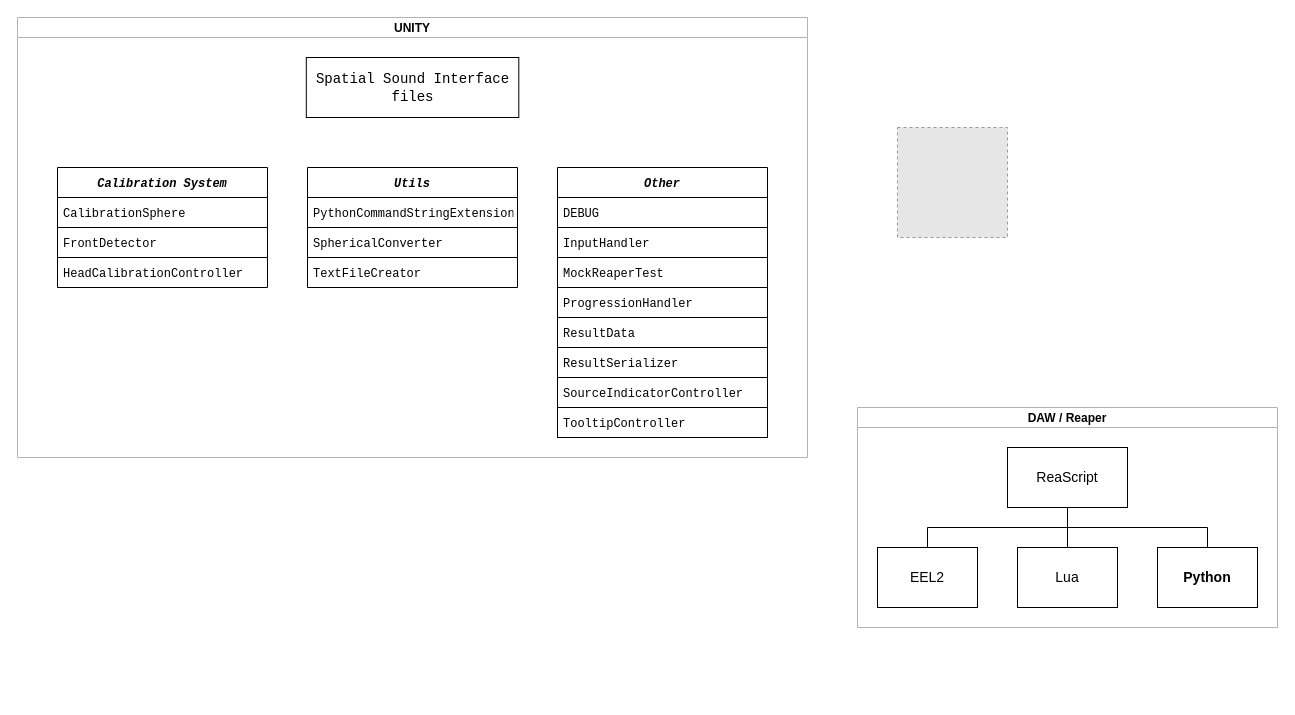
This is Graphs/ReaperPython.drawio from odwrocsie/magisterka, a draw.io file, before an edit. Source tidied: cells renumbered, new cells numbered last; positions are measured from the earlier drawing's top-left corner, leaving out a move shared by most shapes. Both pictures are drawn from the tidied source at 100%, with x=0, y=0 at pixel (17, 17). Pictures stored in the file or linked from it are replaced by grey dashed boxes.
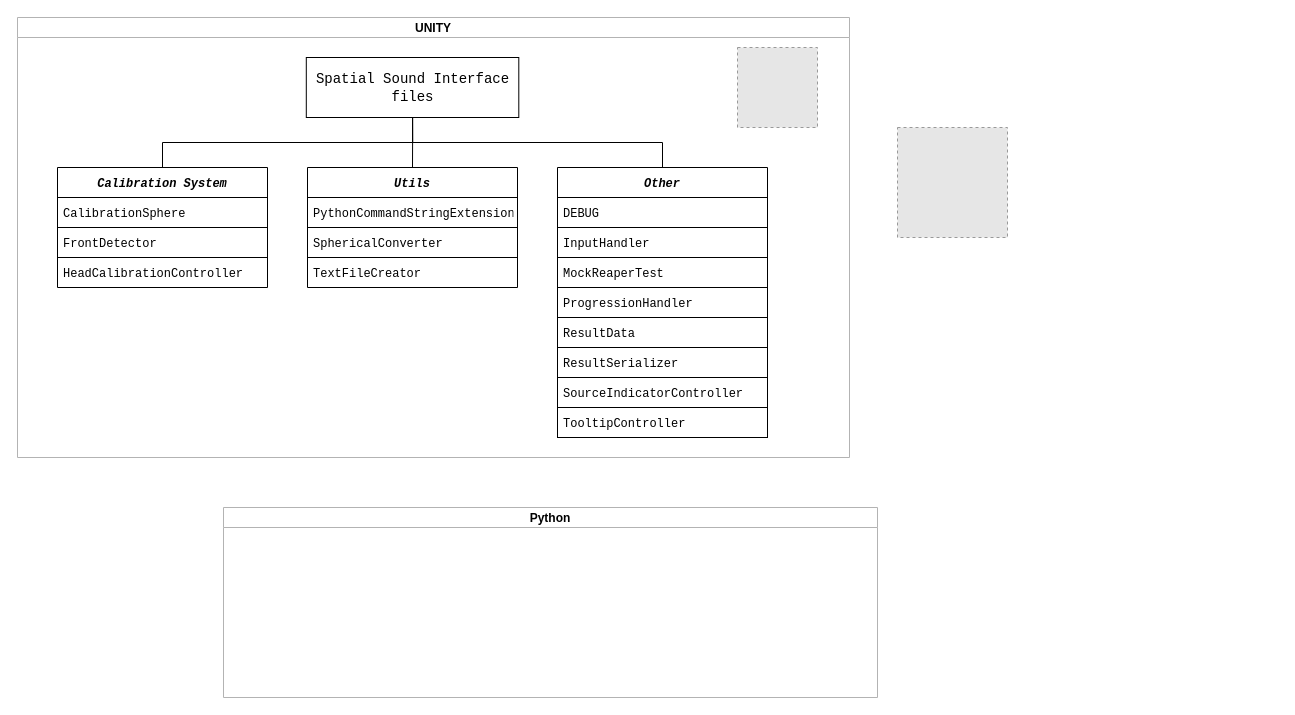
The same diagram, later.

The change refers to these unchanged cells:
```xml
<mxCell id="3" value="&lt;span style=&quot;font-size: 14px;&quot;&gt;&lt;font face=&quot;Courier New&quot;&gt;Spatial Sound Interface files&lt;/font&gt;&lt;/span&gt;" style="whiteSpace=wrap;html=1;align=center;newEdgeStyle={&quot;edgeStyle&quot;:&quot;elbowEdgeStyle&quot;,&quot;startArrow&quot;:&quot;none&quot;,&quot;endArrow&quot;:&quot;none&quot;};" parent="2" vertex="1">
  <mxGeometry x="288.8" y="40" width="212.5" height="60" as="geometry" />
</mxCell>
<mxCell id="4" value="Calibration System" style="swimlane;fontStyle=3;horizontal=1;startSize=30;fontFamily=Courier New;" parent="2" vertex="1">
  <mxGeometry x="40" y="150" width="210" height="120" as="geometry" />
</mxCell>
<mxCell id="8" value="Utils" style="swimlane;fontStyle=3;horizontal=1;startSize=30;fontFamily=Courier New;" parent="2" vertex="1">
  <mxGeometry x="290" y="150" width="210" height="120" as="geometry" />
</mxCell>
<mxCell id="12" value="Other" style="swimlane;fontStyle=3;horizontal=1;startSize=30;fontFamily=Courier New;" parent="2" vertex="1">
  <mxGeometry x="540" y="150" width="210" height="270" as="geometry" />
</mxCell>
```

The edit, as a diff of the source:
```diff
@@
     <mxCell id="2" value="UNITY" style="swimlane;startSize=20;horizontal=1;containerType=tree;newEdgeStyle={&quot;edgeStyle&quot;:&quot;elbowEdgeStyle&quot;,&quot;startArrow&quot;:&quot;none&quot;,&quot;endArrow&quot;:&quot;none&quot;};fontStyle=1;strokeColor=#B3B3B3;" parent="1" vertex="1">
-      <mxGeometry width="790" height="440" as="geometry" />
+      <mxGeometry width="832" height="440" as="geometry" />
     </mxCell>
+    <mxCell id="30" style="edgeStyle=orthogonalEdgeStyle;rounded=0;jettySize=auto;html=1;exitX=0.5;exitY=1;exitDx=0;exitDy=0;entryX=0.5;entryY=0;entryDx=0;entryDy=0;fontFamily=Courier New;endArrow=none;endFill=0;" parent="2" edge="1" source="3" target="4">
+      <mxGeometry relative="1" as="geometry" />
+    </mxCell>
+    <mxCell id="31" style="edgeStyle=orthogonalEdgeStyle;rounded=0;jettySize=auto;html=1;entryX=0.5;entryY=0;entryDx=0;entryDy=0;fontFamily=Courier New;endArrow=none;endFill=0;" parent="2" edge="1" source="3" target="8">
+      <mxGeometry relative="1" as="geometry" />
+    </mxCell>
+    <mxCell id="32" style="edgeStyle=orthogonalEdgeStyle;rounded=0;jettySize=auto;html=1;exitX=0.5;exitY=1;exitDx=0;exitDy=0;fontFamily=Courier New;endArrow=none;endFill=0;" parent="2" edge="1" source="3" target="12">
+      <mxGeometry relative="1" as="geometry" />
+    </mxCell>
@@
+    <mxCell id="33" style="fillColor=#E6E6E6;strokeColor=#999999;dashed=1;verticalLabelPosition=bottom;labelBackgroundColor=default;verticalAlign=top;" parent="2" vertex="1">
+      <mxGeometry x="720" y="30" width="80" height="80" as="geometry" />
+    </mxCell>
-    <mxCell id="21" value="DAW / Reaper" style="swimlane;startSize=20;horizontal=1;containerType=tree;newEdgeStyle={&quot;edgeStyle&quot;:&quot;elbowEdgeStyle&quot;,&quot;startArrow&quot;:&quot;none&quot;,&quot;endArrow&quot;:&quot;none&quot;};strokeColor=#B3B3B3;" parent="1" vertex="1">
-      <mxGeometry x="840" y="390" width="420" height="220" as="geometry" />
+    <mxCell id="21" value="Python" style="swimlane;startSize=20;horizontal=1;containerType=tree;newEdgeStyle={&quot;edgeStyle&quot;:&quot;elbowEdgeStyle&quot;,&quot;startArrow&quot;:&quot;none&quot;,&quot;endArrow&quot;:&quot;none&quot;};strokeColor=#B3B3B3;" parent="1" vertex="1">
+      <mxGeometry x="206" y="490" width="654" height="190" as="geometry" />
     </mxCell>
-    <mxCell id="22" style="edgeStyle=elbowEdgeStyle;elbow=vertical;startArrow=none;endArrow=none;rounded=0;" parent="21" edge="1" source="24" target="25">
-      <mxGeometry relative="1" as="geometry" />
-    </mxCell>
-    <mxCell id="23" style="edgeStyle=elbowEdgeStyle;elbow=vertical;startArrow=none;endArrow=none;rounded=0;" parent="21" edge="1" source="24" target="26">
-      <mxGeometry relative="1" as="geometry" />
-    </mxCell>
-    <mxCell id="24" value="&lt;font style=&quot;font-size: 14px;&quot;&gt;ReaScript&lt;/font&gt;" style="whiteSpace=wrap;html=1;align=center;newEdgeStyle={&quot;edgeStyle&quot;:&quot;elbowEdgeStyle&quot;,&quot;startArrow&quot;:&quot;none&quot;,&quot;endArrow&quot;:&quot;none&quot;};strokeColor=#000000;" parent="21" vertex="1">
-      <mxGeometry x="150" y="40" width="120" height="60" as="geometry" />
-    </mxCell>
-    <mxCell id="25" value="&lt;font style=&quot;font-size: 14px;&quot;&gt;EEL2&lt;/font&gt;" style="whiteSpace=wrap;html=1;align=center;verticalAlign=middle;newEdgeStyle={&quot;edgeStyle&quot;:&quot;elbowEdgeStyle&quot;,&quot;startArrow&quot;:&quot;none&quot;,&quot;endArrow&quot;:&quot;none&quot;};strokeColor=#000000;" parent="21" vertex="1">
-      <mxGeometry x="20" y="140" width="100" height="60" as="geometry" />
-    </mxCell>
-    <mxCell id="26" value="&lt;font style=&quot;font-size: 14px;&quot;&gt;Lua&lt;/font&gt;" style="whiteSpace=wrap;html=1;align=center;verticalAlign=middle;newEdgeStyle={&quot;edgeStyle&quot;:&quot;elbowEdgeStyle&quot;,&quot;startArrow&quot;:&quot;none&quot;,&quot;endArrow&quot;:&quot;none&quot;};strokeColor=#000000;" parent="21" vertex="1">
-      <mxGeometry x="160" y="140" width="100" height="60" as="geometry" />
-    </mxCell>
-    <mxCell id="27" style="edgeStyle=orthogonalEdgeStyle;rounded=0;jettySize=auto;html=1;exitX=0.5;exitY=0;exitDx=0;exitDy=0;endArrow=none;endFill=0;" parent="21" edge="1" source="28" target="24">
-      <mxGeometry relative="1" as="geometry" />
-    </mxCell>
-    <mxCell id="28" value="&lt;font style=&quot;font-size: 14px;&quot;&gt;&lt;b&gt;Python&lt;/b&gt;&lt;/font&gt;" style="whiteSpace=wrap;html=1;align=center;verticalAlign=middle;newEdgeStyle={&quot;edgeStyle&quot;:&quot;elbowEdgeStyle&quot;,&quot;startArrow&quot;:&quot;none&quot;,&quot;endArrow&quot;:&quot;none&quot;};strokeColor=#000000;" parent="21" vertex="1">
-      <mxGeometry x="300" y="140" width="100" height="60" as="geometry" />
-    </mxCell>
```
